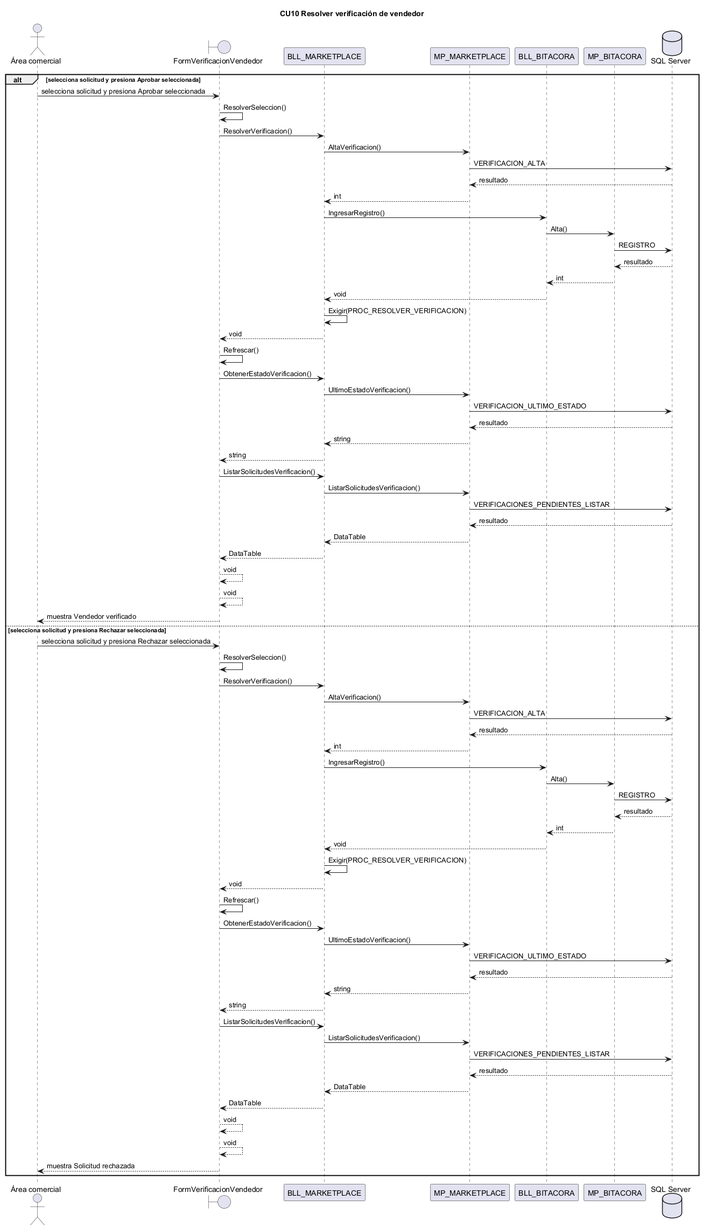
This is docs/diagramas/secuencias_png/CU10.png from L-Muniz/uai-diploma_2026, a PlantUML export, as it was before one commit. The source it was exported from:
```plantuml
@startuml CU10
title CU10 Resolver verificación de vendedor
actor "Área comercial" as ACT
boundary FormVerificacionVendedor
participant BLL_MARKETPLACE
participant MP_MARKETPLACE
participant BLL_BITACORA
participant MP_BITACORA
database "SQL Server" as BD
alt selecciona solicitud y presiona Aprobar seleccionada
ACT -> FormVerificacionVendedor : selecciona solicitud y presiona Aprobar seleccionada
FormVerificacionVendedor -> FormVerificacionVendedor : ResolverSeleccion()
FormVerificacionVendedor -> BLL_MARKETPLACE : ResolverVerificacion()
BLL_MARKETPLACE -> MP_MARKETPLACE : AltaVerificacion()
MP_MARKETPLACE -> BD : VERIFICACION_ALTA
BD --> MP_MARKETPLACE : resultado
MP_MARKETPLACE --> BLL_MARKETPLACE : int
BLL_MARKETPLACE -> BLL_BITACORA : IngresarRegistro()
BLL_BITACORA -> MP_BITACORA : Alta()
MP_BITACORA -> BD : REGISTRO
BD --> MP_BITACORA : resultado
MP_BITACORA --> BLL_BITACORA : int
BLL_BITACORA --> BLL_MARKETPLACE : void
BLL_MARKETPLACE -> BLL_MARKETPLACE : Exigir(PROC_RESOLVER_VERIFICACION)
BLL_MARKETPLACE --> FormVerificacionVendedor : void
FormVerificacionVendedor -> FormVerificacionVendedor : Refrescar()
FormVerificacionVendedor -> BLL_MARKETPLACE : ObtenerEstadoVerificacion()
BLL_MARKETPLACE -> MP_MARKETPLACE : UltimoEstadoVerificacion()
MP_MARKETPLACE -> BD : VERIFICACION_ULTIMO_ESTADO
BD --> MP_MARKETPLACE : resultado
MP_MARKETPLACE --> BLL_MARKETPLACE : string
BLL_MARKETPLACE --> FormVerificacionVendedor : string
FormVerificacionVendedor -> BLL_MARKETPLACE : ListarSolicitudesVerificacion()
BLL_MARKETPLACE -> MP_MARKETPLACE : ListarSolicitudesVerificacion()
MP_MARKETPLACE -> BD : VERIFICACIONES_PENDIENTES_LISTAR
BD --> MP_MARKETPLACE : resultado
MP_MARKETPLACE --> BLL_MARKETPLACE : DataTable
BLL_MARKETPLACE --> FormVerificacionVendedor : DataTable
FormVerificacionVendedor --> FormVerificacionVendedor : void
FormVerificacionVendedor --> FormVerificacionVendedor : void
FormVerificacionVendedor --> ACT : muestra Vendedor verificado
else selecciona solicitud y presiona Rechazar seleccionada
ACT -> FormVerificacionVendedor : selecciona solicitud y presiona Rechazar seleccionada
FormVerificacionVendedor -> FormVerificacionVendedor : ResolverSeleccion()
FormVerificacionVendedor -> BLL_MARKETPLACE : ResolverVerificacion()
BLL_MARKETPLACE -> MP_MARKETPLACE : AltaVerificacion()
MP_MARKETPLACE -> BD : VERIFICACION_ALTA
BD --> MP_MARKETPLACE : resultado
MP_MARKETPLACE --> BLL_MARKETPLACE : int
BLL_MARKETPLACE -> BLL_BITACORA : IngresarRegistro()
BLL_BITACORA -> MP_BITACORA : Alta()
MP_BITACORA -> BD : REGISTRO
BD --> MP_BITACORA : resultado
MP_BITACORA --> BLL_BITACORA : int
BLL_BITACORA --> BLL_MARKETPLACE : void
BLL_MARKETPLACE -> BLL_MARKETPLACE : Exigir(PROC_RESOLVER_VERIFICACION)
BLL_MARKETPLACE --> FormVerificacionVendedor : void
FormVerificacionVendedor -> FormVerificacionVendedor : Refrescar()
FormVerificacionVendedor -> BLL_MARKETPLACE : ObtenerEstadoVerificacion()
BLL_MARKETPLACE -> MP_MARKETPLACE : UltimoEstadoVerificacion()
MP_MARKETPLACE -> BD : VERIFICACION_ULTIMO_ESTADO
BD --> MP_MARKETPLACE : resultado
MP_MARKETPLACE --> BLL_MARKETPLACE : string
BLL_MARKETPLACE --> FormVerificacionVendedor : string
FormVerificacionVendedor -> BLL_MARKETPLACE : ListarSolicitudesVerificacion()
BLL_MARKETPLACE -> MP_MARKETPLACE : ListarSolicitudesVerificacion()
MP_MARKETPLACE -> BD : VERIFICACIONES_PENDIENTES_LISTAR
BD --> MP_MARKETPLACE : resultado
MP_MARKETPLACE --> BLL_MARKETPLACE : DataTable
BLL_MARKETPLACE --> FormVerificacionVendedor : DataTable
FormVerificacionVendedor --> FormVerificacionVendedor : void
FormVerificacionVendedor --> FormVerificacionVendedor : void
FormVerificacionVendedor --> ACT : muestra Solicitud rechazada
end
@enduml
```
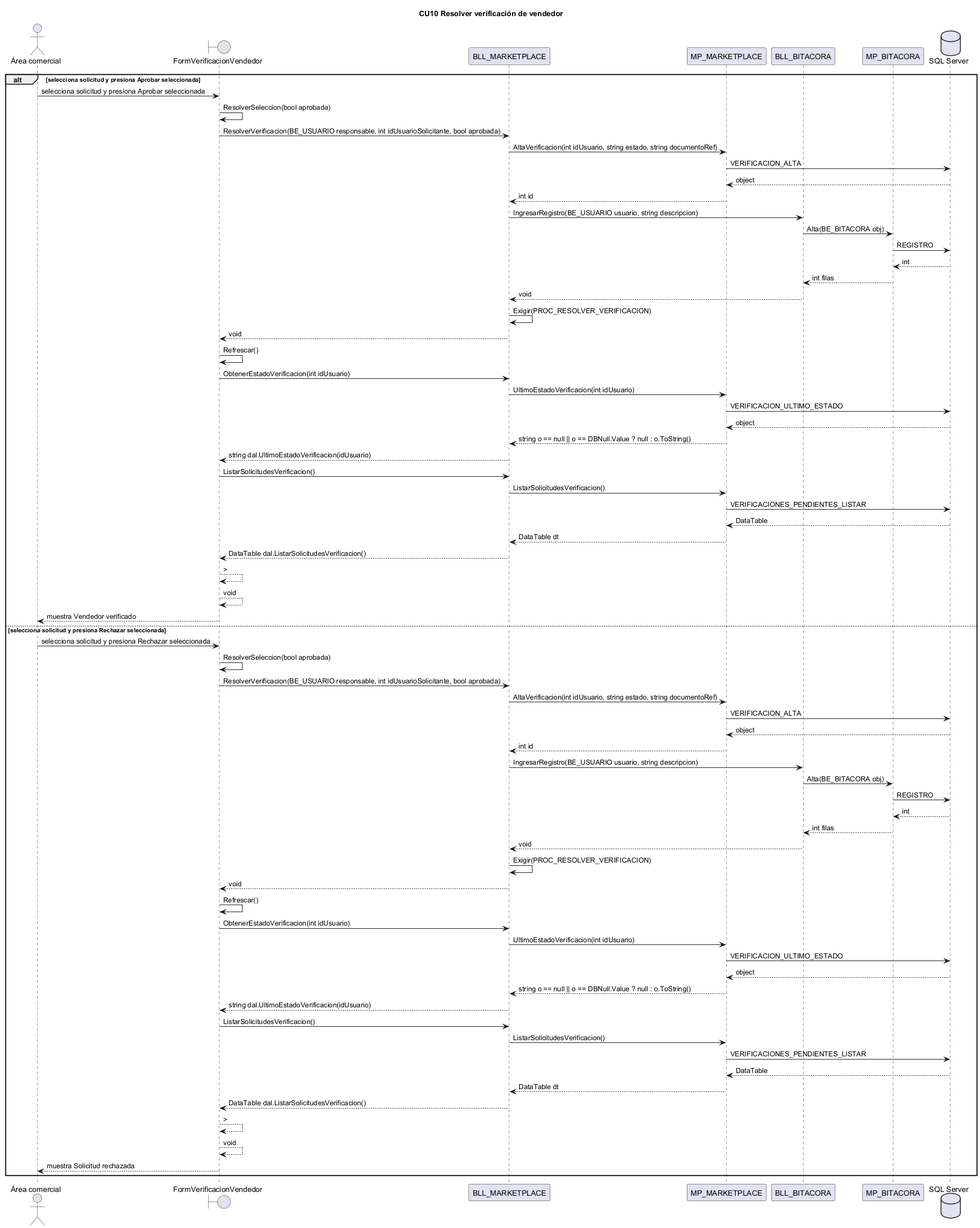
The same diagram one commit later.

What changed in the source:
```diff
@@ -9,66 +9,66 @@
 database "SQL Server" as BD
 alt selecciona solicitud y presiona Aprobar seleccionada
 ACT -> FormVerificacionVendedor : selecciona solicitud y presiona Aprobar seleccionada
-FormVerificacionVendedor -> FormVerificacionVendedor : ResolverSeleccion()
-FormVerificacionVendedor -> BLL_MARKETPLACE : ResolverVerificacion()
-BLL_MARKETPLACE -> MP_MARKETPLACE : AltaVerificacion()
+FormVerificacionVendedor -> FormVerificacionVendedor : ResolverSeleccion(bool aprobada)
+FormVerificacionVendedor -> BLL_MARKETPLACE : ResolverVerificacion(BE_USUARIO responsable, int idUsuarioSolicitante, bool aprobada)
+BLL_MARKETPLACE -> MP_MARKETPLACE : AltaVerificacion(int idUsuario, string estado, string documentoRef)
 MP_MARKETPLACE -> BD : VERIFICACION_ALTA
-BD --> MP_MARKETPLACE : resultado
-MP_MARKETPLACE --> BLL_MARKETPLACE : int
-BLL_MARKETPLACE -> BLL_BITACORA : IngresarRegistro()
-BLL_BITACORA -> MP_BITACORA : Alta()
+BD --> MP_MARKETPLACE : object
+MP_MARKETPLACE --> BLL_MARKETPLACE : int id
+BLL_MARKETPLACE -> BLL_BITACORA : IngresarRegistro(BE_USUARIO usuario, string descripcion)
+BLL_BITACORA -> MP_BITACORA : Alta(BE_BITACORA obj)
 MP_BITACORA -> BD : REGISTRO
-BD --> MP_BITACORA : resultado
-MP_BITACORA --> BLL_BITACORA : int
+BD --> MP_BITACORA : int
+MP_BITACORA --> BLL_BITACORA : int filas
 BLL_BITACORA --> BLL_MARKETPLACE : void
 BLL_MARKETPLACE -> BLL_MARKETPLACE : Exigir(PROC_RESOLVER_VERIFICACION)
 BLL_MARKETPLACE --> FormVerificacionVendedor : void
 FormVerificacionVendedor -> FormVerificacionVendedor : Refrescar()
-FormVerificacionVendedor -> BLL_MARKETPLACE : ObtenerEstadoVerificacion()
-BLL_MARKETPLACE -> MP_MARKETPLACE : UltimoEstadoVerificacion()
+FormVerificacionVendedor -> BLL_MARKETPLACE : ObtenerEstadoVerificacion(int idUsuario)
+BLL_MARKETPLACE -> MP_MARKETPLACE : UltimoEstadoVerificacion(int idUsuario)
 MP_MARKETPLACE -> BD : VERIFICACION_ULTIMO_ESTADO
-BD --> MP_MARKETPLACE : resultado
-MP_MARKETPLACE --> BLL_MARKETPLACE : string
-BLL_MARKETPLACE --> FormVerificacionVendedor : string
+BD --> MP_MARKETPLACE : object
+MP_MARKETPLACE --> BLL_MARKETPLACE : string o == null || o == DBNull.Value ? null : o.ToString()
+BLL_MARKETPLACE --> FormVerificacionVendedor : string dal.UltimoEstadoVerificacion(idUsuario)
 FormVerificacionVendedor -> BLL_MARKETPLACE : ListarSolicitudesVerificacion()
 BLL_MARKETPLACE -> MP_MARKETPLACE : ListarSolicitudesVerificacion()
 MP_MARKETPLACE -> BD : VERIFICACIONES_PENDIENTES_LISTAR
-BD --> MP_MARKETPLACE : resultado
-MP_MARKETPLACE --> BLL_MARKETPLACE : DataTable
-BLL_MARKETPLACE --> FormVerificacionVendedor : DataTable
-FormVerificacionVendedor --> FormVerificacionVendedor : void
+BD --> MP_MARKETPLACE : DataTable
+MP_MARKETPLACE --> BLL_MARKETPLACE : DataTable dt
+BLL_MARKETPLACE --> FormVerificacionVendedor : DataTable dal.ListarSolicitudesVerificacion()
+FormVerificacionVendedor --> FormVerificacionVendedor : >
 FormVerificacionVendedor --> FormVerificacionVendedor : void
 FormVerificacionVendedor --> ACT : muestra Vendedor verificado
 else selecciona solicitud y presiona Rechazar seleccionada
 ACT -> FormVerificacionVendedor : selecciona solicitud y presiona Rechazar seleccionada
-FormVerificacionVendedor -> FormVerificacionVendedor : ResolverSeleccion()
-FormVerificacionVendedor -> BLL_MARKETPLACE : ResolverVerificacion()
-BLL_MARKETPLACE -> MP_MARKETPLACE : AltaVerificacion()
+FormVerificacionVendedor -> FormVerificacionVendedor : ResolverSeleccion(bool aprobada)
+FormVerificacionVendedor -> BLL_MARKETPLACE : ResolverVerificacion(BE_USUARIO responsable, int idUsuarioSolicitante, bool aprobada)
+BLL_MARKETPLACE -> MP_MARKETPLACE : AltaVerificacion(int idUsuario, string estado, string documentoRef)
 MP_MARKETPLACE -> BD : VERIFICACION_ALTA
-BD --> MP_MARKETPLACE : resultado
-MP_MARKETPLACE --> BLL_MARKETPLACE : int
-BLL_MARKETPLACE -> BLL_BITACORA : IngresarRegistro()
-BLL_BITACORA -> MP_BITACORA : Alta()
+BD --> MP_MARKETPLACE : object
+MP_MARKETPLACE --> BLL_MARKETPLACE : int id
+BLL_MARKETPLACE -> BLL_BITACORA : IngresarRegistro(BE_USUARIO usuario, string descripcion)
+BLL_BITACORA -> MP_BITACORA : Alta(BE_BITACORA obj)
 MP_BITACORA -> BD : REGISTRO
-BD --> MP_BITACORA : resultado
-MP_BITACORA --> BLL_BITACORA : int
+BD --> MP_BITACORA : int
+MP_BITACORA --> BLL_BITACORA : int filas
 BLL_BITACORA --> BLL_MARKETPLACE : void
 BLL_MARKETPLACE -> BLL_MARKETPLACE : Exigir(PROC_RESOLVER_VERIFICACION)
 BLL_MARKETPLACE --> FormVerificacionVendedor : void
 FormVerificacionVendedor -> FormVerificacionVendedor : Refrescar()
-FormVerificacionVendedor -> BLL_MARKETPLACE : ObtenerEstadoVerificacion()
-BLL_MARKETPLACE -> MP_MARKETPLACE : UltimoEstadoVerificacion()
+FormVerificacionVendedor -> BLL_MARKETPLACE : ObtenerEstadoVerificacion(int idUsuario)
+BLL_MARKETPLACE -> MP_MARKETPLACE : UltimoEstadoVerificacion(int idUsuario)
 MP_MARKETPLACE -> BD : VERIFICACION_ULTIMO_ESTADO
-BD --> MP_MARKETPLACE : resultado
-MP_MARKETPLACE --> BLL_MARKETPLACE : string
-BLL_MARKETPLACE --> FormVerificacionVendedor : string
+BD --> MP_MARKETPLACE : object
+MP_MARKETPLACE --> BLL_MARKETPLACE : string o == null || o == DBNull.Value ? null : o.ToString()
+BLL_MARKETPLACE --> FormVerificacionVendedor : string dal.UltimoEstadoVerificacion(idUsuario)
 FormVerificacionVendedor -> BLL_MARKETPLACE : ListarSolicitudesVerificacion()
 BLL_MARKETPLACE -> MP_MARKETPLACE : ListarSolicitudesVerificacion()
 MP_MARKETPLACE -> BD : VERIFICACIONES_PENDIENTES_LISTAR
-BD --> MP_MARKETPLACE : resultado
-MP_MARKETPLACE --> BLL_MARKETPLACE : DataTable
-BLL_MARKETPLACE --> FormVerificacionVendedor : DataTable
-FormVerificacionVendedor --> FormVerificacionVendedor : void
+BD --> MP_MARKETPLACE : DataTable
+MP_MARKETPLACE --> BLL_MARKETPLACE : DataTable dt
+BLL_MARKETPLACE --> FormVerificacionVendedor : DataTable dal.ListarSolicitudesVerificacion()
+FormVerificacionVendedor --> FormVerificacionVendedor : >
 FormVerificacionVendedor --> FormVerificacionVendedor : void
 FormVerificacionVendedor --> ACT : muestra Solicitud rechazada
 end
```
